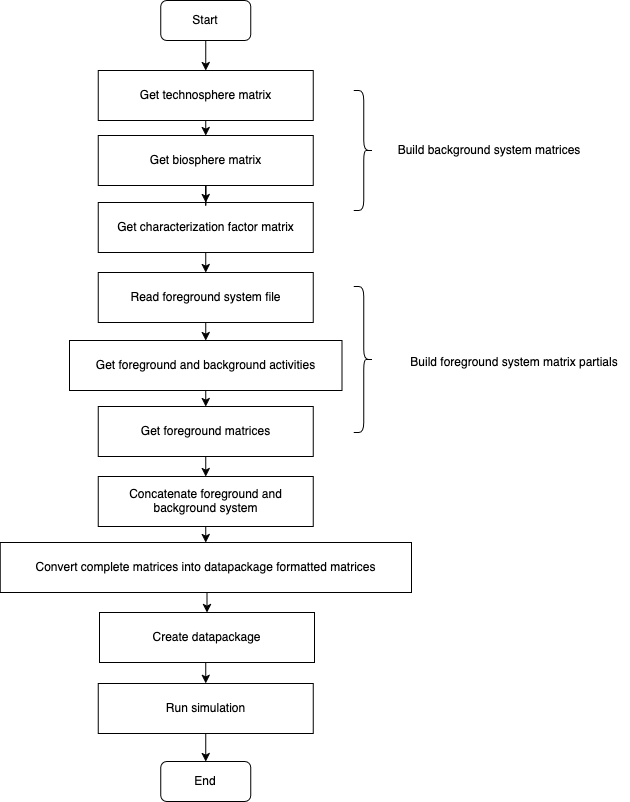
Earlier version of the draw.io export assets/import_foreground_system.png (Annedrew/bamboo). Source tidied: cells renumbered, new cells last; positions are measured from the earlier drawing's top-left corner, leaving out a move shared by most shapes. The source it was exported from:
```xml
<mxGraphModel>
  <root>
    <mxCell id="0" />
    <mxCell id="1" parent="0" />
    <mxCell id="2" style="edgeStyle=orthogonalEdgeStyle;rounded=0;jettySize=auto;html=1;exitX=0.5;exitY=1;exitDx=0;exitDy=0;entryX=0.5;entryY=0;entryDx=0;entryDy=0;" parent="1" edge="1" source="3" target="5">
      <mxGeometry relative="1" as="geometry" />
    </mxCell>
    <mxCell id="3" value="Start" style="rounded=1;whiteSpace=wrap;html=1;" parent="1" vertex="1">
      <mxGeometry x="160.2" width="90" height="40" as="geometry" />
    </mxCell>
    <mxCell id="4" style="edgeStyle=orthogonalEdgeStyle;rounded=0;jettySize=auto;html=1;exitX=0.5;exitY=1;exitDx=0;exitDy=0;entryX=0.5;entryY=0;entryDx=0;entryDy=0;" parent="1" edge="1" source="5" target="10">
      <mxGeometry relative="1" as="geometry" />
    </mxCell>
    <mxCell id="5" value="Get technosphere matrix" style="rounded=0;whiteSpace=wrap;html=1;" parent="1" vertex="1">
      <mxGeometry x="97.8" y="70" width="215" height="50" as="geometry" />
    </mxCell>
    <mxCell id="6" style="shape=curlyBracket;whiteSpace=wrap;html=1;rounded=1;flipH=1;labelPosition=right;verticalLabelPosition=middle;align=left;verticalAlign=middle;" parent="1" vertex="1">
      <mxGeometry x="353.2" y="90" width="20" height="120" as="geometry" />
    </mxCell>
    <mxCell id="7" style="edgeStyle=orthogonalEdgeStyle;rounded=0;jettySize=auto;html=1;exitX=0.5;exitY=1;exitDx=0;exitDy=0;entryX=0.5;entryY=0;entryDx=0;entryDy=0;" parent="1" edge="1" source="8" target="12">
      <mxGeometry relative="1" as="geometry" />
    </mxCell>
    <mxCell id="8" value="Get characterization factor matrix" style="rounded=0;whiteSpace=wrap;html=1;" parent="1" vertex="1">
      <mxGeometry x="97.8" y="202" width="215" height="50" as="geometry" />
    </mxCell>
    <mxCell id="9" style="edgeStyle=orthogonalEdgeStyle;rounded=0;jettySize=auto;html=1;" parent="1" edge="1" source="10" target="8">
      <mxGeometry relative="1" as="geometry" />
    </mxCell>
    <mxCell id="10" value="Get biosphere matrix" style="rounded=0;whiteSpace=wrap;html=1;" parent="1" vertex="1">
      <mxGeometry x="97.8" y="135" width="215" height="50" as="geometry" />
    </mxCell>
    <mxCell id="11" style="edgeStyle=orthogonalEdgeStyle;rounded=0;jettySize=auto;html=1;exitX=0.5;exitY=1;exitDx=0;exitDy=0;entryX=0.5;entryY=0;entryDx=0;entryDy=0;" parent="1" edge="1" source="12" target="16">
      <mxGeometry relative="1" as="geometry" />
    </mxCell>
    <mxCell id="12" value="Read foreground system file" style="rounded=0;whiteSpace=wrap;html=1;" parent="1" vertex="1">
      <mxGeometry x="97.8" y="272" width="215" height="50" as="geometry" />
    </mxCell>
    <mxCell id="13" style="edgeStyle=orthogonalEdgeStyle;rounded=0;jettySize=auto;html=1;exitX=0.5;exitY=1;exitDx=0;exitDy=0;entryX=0.5;entryY=0;entryDx=0;entryDy=0;" parent="1" edge="1" source="14" target="24">
      <mxGeometry relative="1" as="geometry" />
    </mxCell>
    <mxCell id="14" value="Get foreground matrices" style="rounded=0;whiteSpace=wrap;html=1;" parent="1" vertex="1">
      <mxGeometry x="97.8" y="406" width="215" height="50" as="geometry" />
    </mxCell>
    <mxCell id="15" style="edgeStyle=orthogonalEdgeStyle;rounded=0;jettySize=auto;html=1;exitX=0.5;exitY=1;exitDx=0;exitDy=0;entryX=0.5;entryY=0;entryDx=0;entryDy=0;" parent="1" edge="1" source="16" target="14">
      <mxGeometry relative="1" as="geometry" />
    </mxCell>
    <mxCell id="16" value="Get foreground and background activities" style="rounded=0;whiteSpace=wrap;html=1;" parent="1" vertex="1">
      <mxGeometry x="69" y="340" width="272.5" height="50" as="geometry" />
    </mxCell>
    <mxCell id="17" style="shape=curlyBracket;whiteSpace=wrap;html=1;rounded=1;flipH=1;labelPosition=right;verticalLabelPosition=middle;align=left;verticalAlign=middle;" parent="1" vertex="1">
      <mxGeometry x="353.2" y="286" width="20" height="146" as="geometry" />
    </mxCell>
    <mxCell id="18" style="edgeStyle=orthogonalEdgeStyle;rounded=0;jettySize=auto;html=1;exitX=0.5;exitY=1;exitDx=0;exitDy=0;entryX=0.5;entryY=0;entryDx=0;entryDy=0;" parent="1" edge="1" source="19" target="20">
      <mxGeometry relative="1" as="geometry" />
    </mxCell>
    <mxCell id="19" value="Run simulation" style="rounded=0;whiteSpace=wrap;html=1;" parent="1" vertex="1">
      <mxGeometry x="97.8" y="683" width="215" height="50" as="geometry" />
    </mxCell>
    <mxCell id="20" value="End" style="rounded=1;whiteSpace=wrap;html=1;" parent="1" vertex="1">
      <mxGeometry x="160.2" y="761" width="90" height="40" as="geometry" />
    </mxCell>
    <mxCell id="21" style="edgeStyle=orthogonalEdgeStyle;rounded=0;orthogonalLoop=1;jettySize=auto;html=1;exitX=0.5;exitY=1;exitDx=0;exitDy=0;" parent="1" edge="1">
      <mxGeometry relative="1" as="geometry">
        <mxPoint x="470.2" y="292" as="sourcePoint" />
        <mxPoint x="470.2" y="292" as="targetPoint" />
      </mxGeometry>
    </mxCell>
    <mxCell id="22" value="Build background system matrices" style="text;html=1;align=center;verticalAlign=middle;whiteSpace=wrap;rounded=0;" parent="1" vertex="1">
      <mxGeometry x="389" y="135" width="200" height="30" as="geometry" />
    </mxCell>
    <mxCell id="23" style="edgeStyle=orthogonalEdgeStyle;rounded=0;jettySize=auto;html=1;exitX=0.5;exitY=1;exitDx=0;exitDy=0;entryX=0.5;entryY=0;entryDx=0;entryDy=0;" parent="1" edge="1" source="24" target="29">
      <mxGeometry relative="1" as="geometry" />
    </mxCell>
    <mxCell id="24" value="Concatenate foreground and background system" style="rounded=0;whiteSpace=wrap;html=1;" parent="1" vertex="1">
      <mxGeometry x="97.8" y="476" width="215" height="50" as="geometry" />
    </mxCell>
    <mxCell id="25" value="Build foreground system matrix partials" style="text;html=1;align=center;verticalAlign=middle;whiteSpace=wrap;rounded=0;" parent="1" vertex="1">
      <mxGeometry x="399" y="347" width="230" height="30" as="geometry" />
    </mxCell>
    <mxCell id="26" style="edgeStyle=orthogonalEdgeStyle;rounded=0;jettySize=auto;html=1;exitX=0.5;exitY=1;exitDx=0;exitDy=0;entryX=0.5;entryY=0;entryDx=0;entryDy=0;" parent="1" edge="1" source="27" target="19">
      <mxGeometry relative="1" as="geometry" />
    </mxCell>
    <mxCell id="27" value="Create datapackage" style="rounded=0;whiteSpace=wrap;html=1;" parent="1" vertex="1">
      <mxGeometry x="99" y="612" width="215" height="50" as="geometry" />
    </mxCell>
    <mxCell id="28" style="edgeStyle=orthogonalEdgeStyle;rounded=0;jettySize=auto;html=1;exitX=0.5;exitY=1;exitDx=0;exitDy=0;entryX=0.5;entryY=0;entryDx=0;entryDy=0;" parent="1" edge="1" source="29" target="27">
      <mxGeometry relative="1" as="geometry" />
    </mxCell>
    <mxCell id="29" value="Convert complete matrices into datapackage formatted matrices" style="rounded=0;whiteSpace=wrap;html=1;" parent="1" vertex="1">
      <mxGeometry x="-0.4" y="542" width="411.2" height="50" as="geometry" />
    </mxCell>
  </root>
</mxGraphModel>
```
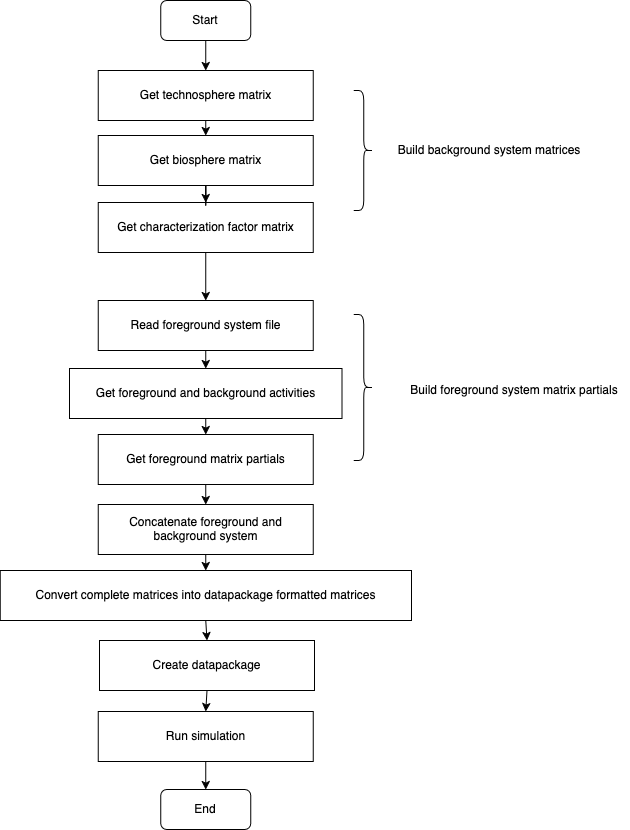
Later version of the same file.

Change to the diagram source:
```diff
@@ -6,28 +6,28 @@
       <mxGeometry relative="1" as="geometry" />
     </mxCell>
     <mxCell id="3" value="Start" style="rounded=1;whiteSpace=wrap;html=1;" parent="1" vertex="1">
-      <mxGeometry x="160.2" width="90" height="40" as="geometry" />
+      <mxGeometry x="160.2" y="-28" width="90" height="40" as="geometry" />
     </mxCell>
     <mxCell id="4" style="edgeStyle=orthogonalEdgeStyle;rounded=0;jettySize=auto;html=1;exitX=0.5;exitY=1;exitDx=0;exitDy=0;entryX=0.5;entryY=0;entryDx=0;entryDy=0;" parent="1" edge="1" source="5" target="10">
       <mxGeometry relative="1" as="geometry" />
     </mxCell>
     <mxCell id="5" value="Get technosphere matrix" style="rounded=0;whiteSpace=wrap;html=1;" parent="1" vertex="1">
-      <mxGeometry x="97.8" y="70" width="215" height="50" as="geometry" />
+      <mxGeometry x="97.8" y="42" width="215" height="50" as="geometry" />
     </mxCell>
     <mxCell id="6" style="shape=curlyBracket;whiteSpace=wrap;html=1;rounded=1;flipH=1;labelPosition=right;verticalLabelPosition=middle;align=left;verticalAlign=middle;" parent="1" vertex="1">
-      <mxGeometry x="353.2" y="90" width="20" height="120" as="geometry" />
+      <mxGeometry x="353.2" y="62" width="20" height="120" as="geometry" />
     </mxCell>
     <mxCell id="7" style="edgeStyle=orthogonalEdgeStyle;rounded=0;jettySize=auto;html=1;exitX=0.5;exitY=1;exitDx=0;exitDy=0;entryX=0.5;entryY=0;entryDx=0;entryDy=0;" parent="1" edge="1" source="8" target="12">
       <mxGeometry relative="1" as="geometry" />
     </mxCell>
     <mxCell id="8" value="Get characterization factor matrix" style="rounded=0;whiteSpace=wrap;html=1;" parent="1" vertex="1">
-      <mxGeometry x="97.8" y="202" width="215" height="50" as="geometry" />
+      <mxGeometry x="97.8" y="174" width="215" height="50" as="geometry" />
     </mxCell>
     <mxCell id="9" style="edgeStyle=orthogonalEdgeStyle;rounded=0;jettySize=auto;html=1;" parent="1" edge="1" source="10" target="8">
       <mxGeometry relative="1" as="geometry" />
     </mxCell>
     <mxCell id="10" value="Get biosphere matrix" style="rounded=0;whiteSpace=wrap;html=1;" parent="1" vertex="1">
-      <mxGeometry x="97.8" y="135" width="215" height="50" as="geometry" />
+      <mxGeometry x="97.8" y="107" width="215" height="50" as="geometry" />
     </mxCell>
     <mxCell id="11" style="edgeStyle=orthogonalEdgeStyle;rounded=0;jettySize=auto;html=1;exitX=0.5;exitY=1;exitDx=0;exitDy=0;entryX=0.5;entryY=0;entryDx=0;entryDy=0;" parent="1" edge="1" source="12" target="16">
       <mxGeometry relative="1" as="geometry" />
@@ -38,7 +38,7 @@
     <mxCell id="13" style="edgeStyle=orthogonalEdgeStyle;rounded=0;jettySize=auto;html=1;exitX=0.5;exitY=1;exitDx=0;exitDy=0;entryX=0.5;entryY=0;entryDx=0;entryDy=0;" parent="1" edge="1" source="14" target="24">
       <mxGeometry relative="1" as="geometry" />
     </mxCell>
-    <mxCell id="14" value="Get foreground matrices" style="rounded=0;whiteSpace=wrap;html=1;" parent="1" vertex="1">
+    <mxCell id="14" value="Get foreground matrix partials" style="rounded=0;whiteSpace=wrap;html=1;" parent="1" vertex="1">
       <mxGeometry x="97.8" y="406" width="215" height="50" as="geometry" />
     </mxCell>
     <mxCell id="15" style="edgeStyle=orthogonalEdgeStyle;rounded=0;jettySize=auto;html=1;exitX=0.5;exitY=1;exitDx=0;exitDy=0;entryX=0.5;entryY=0;entryDx=0;entryDy=0;" parent="1" edge="1" source="16" target="14">
@@ -66,7 +66,7 @@
       </mxGeometry>
     </mxCell>
     <mxCell id="22" value="Build background system matrices" style="text;html=1;align=center;verticalAlign=middle;whiteSpace=wrap;rounded=0;" parent="1" vertex="1">
-      <mxGeometry x="389" y="135" width="200" height="30" as="geometry" />
+      <mxGeometry x="389" y="107" width="200" height="30" as="geometry" />
     </mxCell>
     <mxCell id="23" style="edgeStyle=orthogonalEdgeStyle;rounded=0;jettySize=auto;html=1;exitX=0.5;exitY=1;exitDx=0;exitDy=0;entryX=0.5;entryY=0;entryDx=0;entryDy=0;" parent="1" edge="1" source="24" target="29">
       <mxGeometry relative="1" as="geometry" />
```
